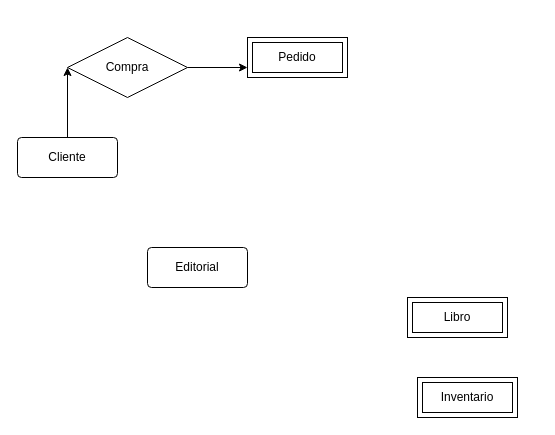
Earlier version of the draw.io diagram db/modelo.drawio (Sergio-Tolaba/ds_ej). Source tidied: cells renumbered, new cells numbered last; positions are measured from the earlier drawing's top-left corner, leaving out a move shared by most shapes. Both pictures are drawn from the tidied source at 100%, with x=0, y=0 at pixel (17, 37).
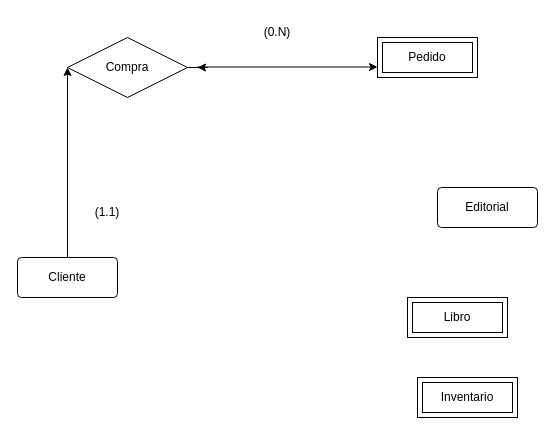
The same page after the edit.

The edit, as a diff of the source:
```diff
@@
 <mxGraphModel>
   <root>
     <mxCell id="0" />
     <mxCell id="1" parent="0" />
     <mxCell id="2" style="edgeStyle=orthogonalEdgeStyle;rounded=0;jettySize=auto;html=1;exitX=0.5;exitY=0;exitDx=0;exitDy=0;" parent="1" edge="1" source="3">
       <mxGeometry relative="1" as="geometry">
         <mxPoint x="50" y="30" as="targetPoint" />
       </mxGeometry>
     </mxCell>
     <mxCell id="3" value="Cliente" style="rounded=1;arcSize=10;whiteSpace=wrap;html=1;align=center;" parent="1" vertex="1">
-      <mxGeometry y="100" width="100" height="40" as="geometry" />
+      <mxGeometry y="220" width="100" height="40" as="geometry" />
     </mxCell>
     <mxCell id="4" value="Editorial" style="rounded=1;arcSize=10;whiteSpace=wrap;html=1;align=center;" parent="1" vertex="1">
-      <mxGeometry x="130" y="210" width="100" height="40" as="geometry" />
+      <mxGeometry x="420" y="150" width="100" height="40" as="geometry" />
     </mxCell>
     <mxCell id="5" value="Pedido" style="shape=ext;margin=3;double=1;whiteSpace=wrap;html=1;align=center;" parent="1" vertex="1">
-      <mxGeometry x="230" width="100" height="40" as="geometry" />
+      <mxGeometry x="360" width="100" height="40" as="geometry" />
     </mxCell>
     <mxCell id="6" value="Libro" style="shape=ext;margin=3;double=1;whiteSpace=wrap;html=1;align=center;" parent="1" vertex="1">
       <mxGeometry x="390" y="260" width="100" height="40" as="geometry" />
     </mxCell>
     <mxCell id="7" value="Inventario" style="shape=ext;margin=3;double=1;whiteSpace=wrap;html=1;align=center;" parent="1" vertex="1">
       <mxGeometry x="400" y="340" width="100" height="40" as="geometry" />
     </mxCell>
-    <mxCell id="8" style="edgeStyle=orthogonalEdgeStyle;rounded=0;jettySize=auto;html=1;entryX=0;entryY=0.75;entryDx=0;entryDy=0;" parent="1" edge="1" source="9" target="5">
-      <mxGeometry relative="1" as="geometry" />
+    <mxCell id="8" style="edgeStyle=orthogonalEdgeStyle;rounded=0;orthogonalLoop=1;jettySize=auto;html=1;entryX=0;entryY=0.75;entryDx=0;entryDy=0;" parent="1" edge="1">
+      <mxGeometry relative="1" as="geometry">
+        <mxPoint x="180" y="29.5" as="sourcePoint" />
+        <mxPoint x="360" y="29.5" as="targetPoint" />
+      </mxGeometry>
     </mxCell>
+    <mxCell id="10" style="edgeStyle=orthogonalEdgeStyle;rounded=0;jettySize=auto;html=1;" parent="1" edge="1" source="9">
+      <mxGeometry relative="1" as="geometry">
+        <mxPoint x="180" y="30" as="targetPoint" />
+      </mxGeometry>
+    </mxCell>
     <mxCell id="9" value="Compra" style="shape=rhombus;perimeter=rhombusPerimeter;whiteSpace=wrap;html=1;align=center;" parent="1" vertex="1">
       <mxGeometry x="50" width="120" height="60" as="geometry" />
     </mxCell>
+    <mxCell id="11" value="(1.1)" style="text;html=1;align=center;verticalAlign=middle;whiteSpace=wrap;rounded=0;" parent="1" vertex="1">
+      <mxGeometry x="60" y="160" width="60" height="30" as="geometry" />
+    </mxCell>
+    <mxCell id="12" value="(0.N)" style="text;html=1;align=center;verticalAlign=middle;whiteSpace=wrap;rounded=0;" parent="1" vertex="1">
+      <mxGeometry x="230" y="-20" width="60" height="30" as="geometry" />
+    </mxCell>
   </root>
 </mxGraphModel>
```
